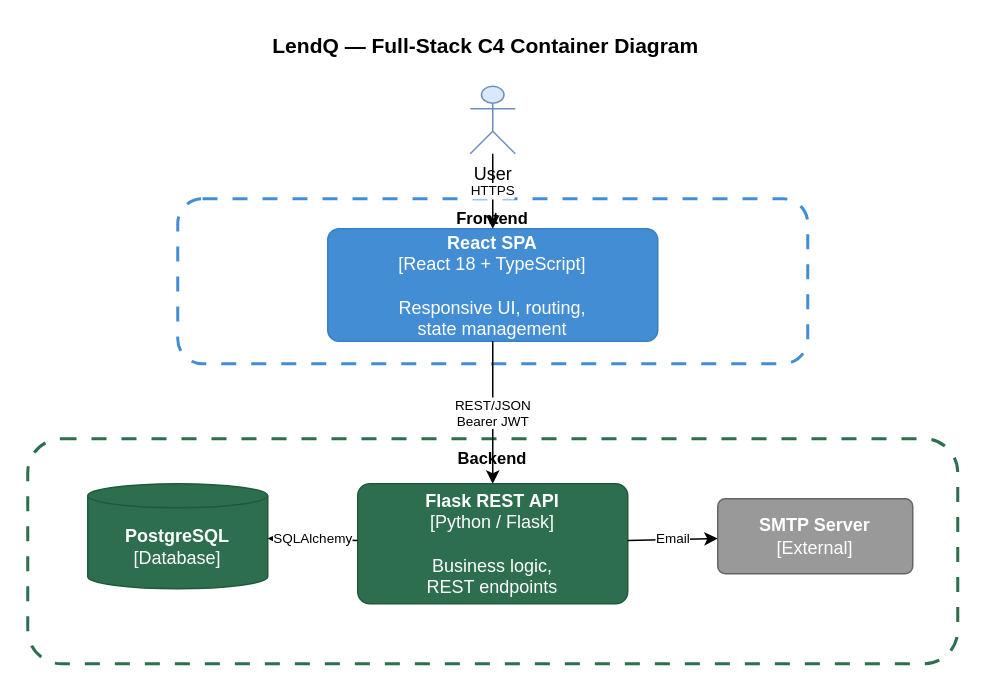
Earlier version of the draw.io diagram docs/detailed-designs/diagrams/drawio/fe_c4_container.drawio (QuinntyneBrown/LendQ). Source tidied: cells renumbered, new cells numbered last; positions are measured from the earlier drawing's top-left corner, leaving out a move shared by most shapes. Both pictures are drawn from the tidied source at 150%, with x=0, y=0 at pixel (27, 26).
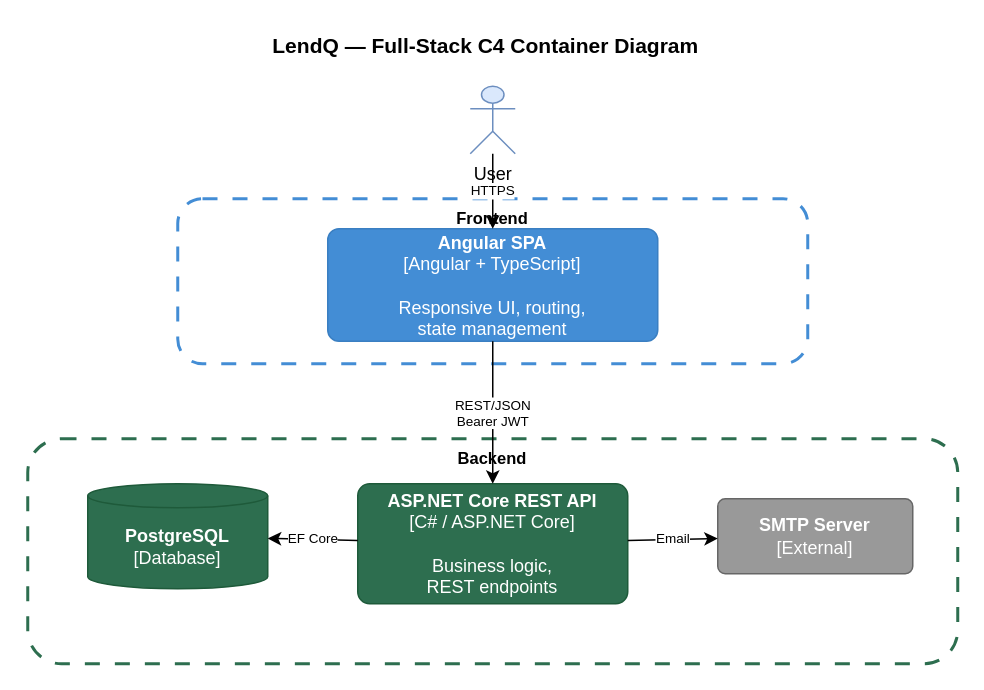
Above is the later version.

Change to the diagram source:
```diff
@@
 <mxGraphModel>
   <root>
     <mxCell id="0" />
     <mxCell id="1" parent="0" />
     <mxCell id="2" value="LendQ — Full-Stack C4 Container Diagram" style="text;html=1;align=center;verticalAlign=middle;strokeColor=none;fillColor=none;fontSize=14;fontStyle=1;" parent="1" vertex="1">
       <mxGeometry x="120" width="370" height="25" as="geometry" />
     </mxCell>
     <mxCell id="3" value="User" style="shape=umlActor;verticalLabelPosition=bottom;verticalAlign=top;html=1;outlineConnect=0;fillColor=#dae8fc;strokeColor=#6c8ebf;" parent="1" vertex="1">
       <mxGeometry x="295" y="40" width="30" height="45" as="geometry" />
     </mxCell>
     <mxCell id="4" value="Frontend" style="rounded=1;whiteSpace=wrap;html=1;fillColor=none;strokeColor=#438DD5;dashed=1;dashPattern=5 5;verticalAlign=top;fontStyle=1;fontSize=11;strokeWidth=2;" parent="1" vertex="1">
       <mxGeometry x="100" y="115" width="420" height="110" as="geometry" />
     </mxCell>
-    <mxCell id="5" value="&lt;b&gt;React SPA&lt;/b&gt;&lt;br&gt;[React 18 + TypeScript]&lt;br&gt;&lt;br&gt;Responsive UI, routing,&lt;br&gt;state management" style="rounded=1;whiteSpace=wrap;html=1;fillColor=#438DD5;fontColor=#ffffff;strokeColor=#3a7fc2;arcSize=10;" parent="1" vertex="1">
+    <mxCell id="5" value="&lt;b&gt;Angular SPA&lt;/b&gt;&lt;br&gt;[Angular + TypeScript]&lt;br&gt;&lt;br&gt;Responsive UI, routing,&lt;br&gt;state management" style="rounded=1;whiteSpace=wrap;html=1;fillColor=#438DD5;fontColor=#ffffff;strokeColor=#3a7fc2;arcSize=10;" parent="1" vertex="1">
       <mxGeometry x="200" y="135" width="220" height="75" as="geometry" />
     </mxCell>
     <mxCell id="6" value="Backend" style="rounded=1;whiteSpace=wrap;html=1;fillColor=none;strokeColor=#2D6E4F;dashed=1;dashPattern=5 5;verticalAlign=top;fontStyle=1;fontSize=11;strokeWidth=2;" parent="1" vertex="1">
       <mxGeometry y="275" width="620" height="150" as="geometry" />
     </mxCell>
-    <mxCell id="7" value="&lt;b&gt;Flask REST API&lt;/b&gt;&lt;br&gt;[Python / Flask]&lt;br&gt;&lt;br&gt;Business logic,&lt;br&gt;REST endpoints" style="rounded=1;whiteSpace=wrap;html=1;fillColor=#2D6E4F;fontColor=#ffffff;strokeColor=#1e5a3a;arcSize=10;" parent="1" vertex="1">
+    <mxCell id="7" value="&lt;b&gt;ASP.NET Core REST API&lt;/b&gt;&lt;br&gt;[C# / ASP.NET Core]&lt;br&gt;&lt;br&gt;Business logic,&lt;br&gt;REST endpoints" style="rounded=1;whiteSpace=wrap;html=1;fillColor=#2D6E4F;fontColor=#ffffff;strokeColor=#1e5a3a;arcSize=10;" parent="1" vertex="1">
       <mxGeometry x="220" y="305" width="180" height="80" as="geometry" />
     </mxCell>
     <mxCell id="8" value="&lt;b&gt;PostgreSQL&lt;/b&gt;&lt;br&gt;[Database]" style="shape=cylinder3;whiteSpace=wrap;html=1;boundedLbl=1;backgroundOutline=1;size=8;fillColor=#2D6E4F;fontColor=#ffffff;strokeColor=#1e5a3a;" parent="1" vertex="1">
       <mxGeometry x="40" y="305" width="120" height="70" as="geometry" />
     </mxCell>
     <mxCell id="9" value="&lt;b&gt;SMTP Server&lt;/b&gt;&lt;br&gt;[External]" style="rounded=1;whiteSpace=wrap;html=1;fillColor=#999999;fontColor=#ffffff;strokeColor=#666666;arcSize=10;" parent="1" vertex="1">
       <mxGeometry x="460" y="315" width="130" height="50" as="geometry" />
     </mxCell>
     <mxCell id="10" value="HTTPS" style="endArrow=classic;html=1;strokeWidth=1;fontSize=9;" parent="1" edge="1" source="3" target="5">
       <mxGeometry relative="1" as="geometry" />
     </mxCell>
     <mxCell id="11" value="REST/JSON&lt;br&gt;Bearer JWT" style="endArrow=classic;html=1;strokeWidth=1;fontSize=9;" parent="1" edge="1" source="5" target="7">
       <mxGeometry relative="1" as="geometry" />
     </mxCell>
-    <mxCell id="12" value="SQLAlchemy" style="endArrow=classic;html=1;strokeWidth=1;fontSize=9;" parent="1" edge="1" source="7" target="8">
+    <mxCell id="12" value="EF Core" style="endArrow=classic;html=1;strokeWidth=1;fontSize=9;" parent="1" edge="1" source="7" target="8">
       <mxGeometry relative="1" as="geometry" />
     </mxCell>
     <mxCell id="13" value="Email" style="endArrow=classic;html=1;strokeWidth=1;fontSize=9;" parent="1" edge="1" source="7" target="9">
       <mxGeometry relative="1" as="geometry" />
     </mxCell>
   </root>
 </mxGraphModel>
```
